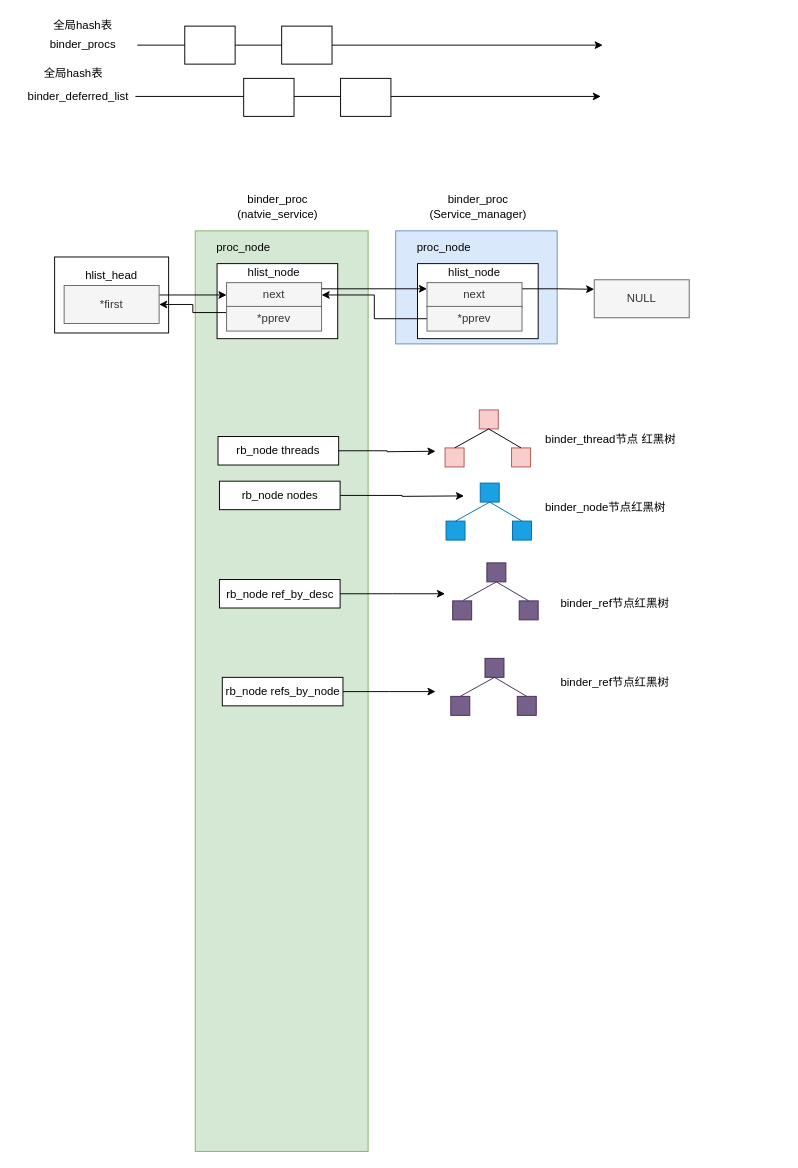
cuijpus/Android keeps this draw.io diagram as binder/diagram/binder_data_structure_relationships.drawio. Above is the earlier version. Source tidied: cells renumbered, new cells numbered last; positions are measured from the earlier drawing's top-left corner, leaving out a move shared by most shapes. Both pictures are drawn from the tidied source at 95%, with x=0, y=0 at pixel (16, 16).
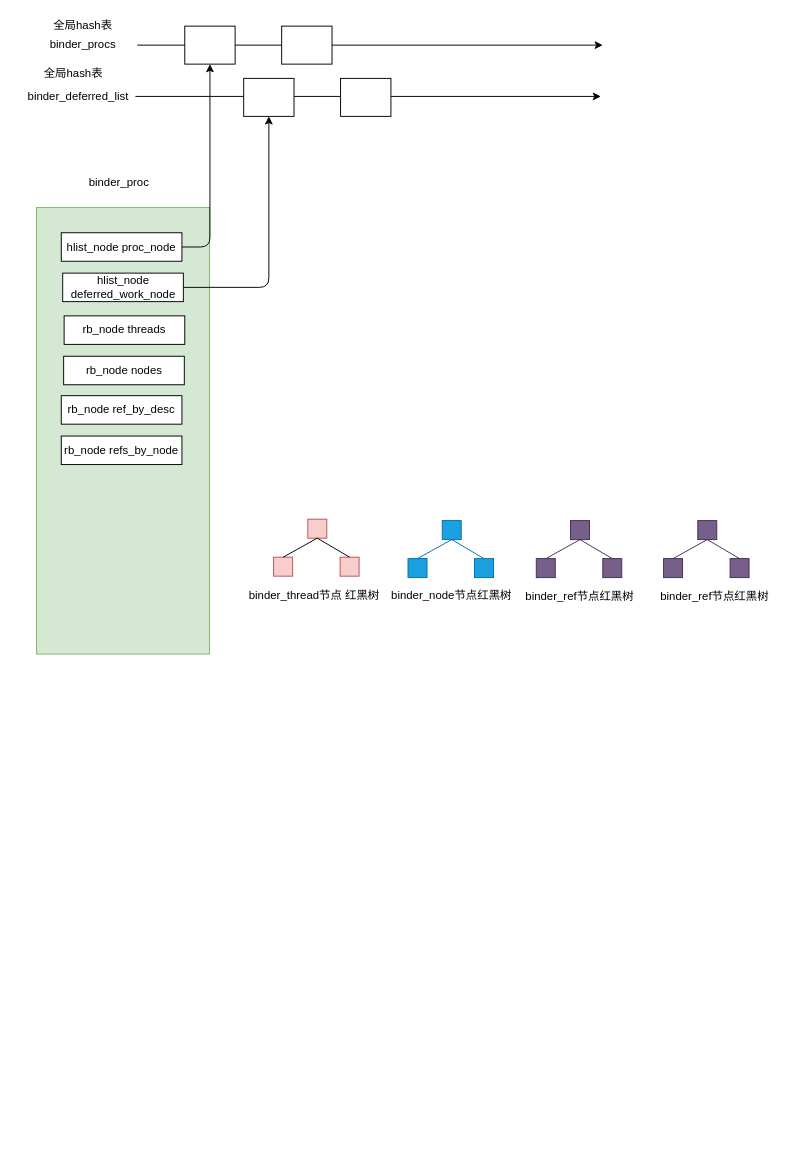
After the change.

The change refers to these unchanged cells:
```xml
<mxCell id="63" style="rounded=0;whiteSpace=wrap;html=1;" parent="1" vertex="1">
  <mxGeometry x="177" y="10" width="53" height="40" as="geometry" />
</mxCell>
<mxCell id="65" style="rounded=0;whiteSpace=wrap;html=1;" parent="1" vertex="1">
  <mxGeometry x="239" y="65" width="53" height="40" as="geometry" />
</mxCell>
```

Diff of the diagram source:
```diff
@@
-    <mxCell id="2" style="rounded=0;whiteSpace=wrap;html=1;fillColor=#d5e8d4;strokeColor=#82b366;" parent="1" vertex="1">
-      <mxGeometry x="188" y="225.5" width="182" height="969" as="geometry" />
+    <mxCell id="2" value="&lt;table&gt;&lt;tbody&gt;&lt;tr&gt;&lt;td&gt;&lt;br&gt;&lt;/td&gt;&lt;/tr&gt;&lt;tr&gt;&lt;td&gt;&lt;br&gt;&lt;/td&gt;&lt;/tr&gt;&lt;tr&gt;&lt;td&gt;&lt;br&gt;&lt;/td&gt;&lt;/tr&gt;&lt;tr&gt;&lt;td&gt;&lt;br&gt;&lt;/td&gt;&lt;/tr&gt;&lt;tr&gt;&lt;td&gt;&lt;br&gt;&lt;/td&gt;&lt;/tr&gt;&lt;/tbody&gt;&lt;/table&gt;" style="rounded=0;whiteSpace=wrap;html=1;fillColor=#d5e8d4;strokeColor=#82b366;" parent="1" vertex="1">
+      <mxGeometry x="21" y="201" width="182" height="470" as="geometry" />
     </mxCell>
-    <mxCell id="3" style="rounded=0;whiteSpace=wrap;html=1;" parent="1" vertex="1">
-      <mxGeometry x="211" y="260" width="127" height="79" as="geometry" />
-    </mxCell>
-    <mxCell id="4" style="rounded=0;whiteSpace=wrap;html=1;" parent="1" vertex="1">
-      <mxGeometry x="40" y="253" width="120" height="80" as="geometry" />
-    </mxCell>
-    <mxCell id="5" style="edgeStyle=orthogonalEdgeStyle;rounded=0;jettySize=auto;html=1;exitX=1;exitY=0.25;exitDx=0;exitDy=0;" parent="1" edge="1" source="6" target="9">
-      <mxGeometry relative="1" as="geometry" />
-    </mxCell>
-    <mxCell id="6" value="*first" style="rounded=0;whiteSpace=wrap;html=1;fillColor=#f5f5f5;strokeColor=#666666;fontColor=#333333;" parent="1" vertex="1">
-      <mxGeometry x="50" y="283" width="100" height="40" as="geometry" />
-    </mxCell>
@@
-    <mxCell id="8" value="hlist_head" style="text;html=1;strokeColor=none;fillColor=none;align=center;verticalAlign=middle;whiteSpace=wrap;rounded=0;" parent="1" vertex="1">
-      <mxGeometry x="80" y="263" width="40" height="20" as="geometry" />
-    </mxCell>
-    <mxCell id="9" value="next" style="rounded=0;whiteSpace=wrap;html=1;fillColor=#f5f5f5;strokeColor=#666666;fontColor=#333333;" parent="1" vertex="1">
-      <mxGeometry x="221" y="280" width="100" height="26" as="geometry" />
-    </mxCell>
-    <mxCell id="10" value="binder_proc&lt;br&gt;(natvie_service)&lt;br&gt;" style="text;html=1;strokeColor=none;fillColor=none;align=center;verticalAlign=middle;whiteSpace=wrap;rounded=0;" parent="1" vertex="1">
-      <mxGeometry x="254.5" y="190" width="40" height="20" as="geometry" />
+    <mxCell id="10" value="binder_proc&lt;br&gt;" style="text;html=1;strokeColor=none;fillColor=none;align=center;verticalAlign=middle;whiteSpace=wrap;rounded=0;" parent="1" vertex="1">
+      <mxGeometry x="87.5" y="164.5" width="40" height="20" as="geometry" />
     </mxCell>
-    <mxCell id="11" value="hlist_node" style="text;html=1;strokeColor=none;fillColor=none;align=center;verticalAlign=middle;whiteSpace=wrap;rounded=0;" parent="1" vertex="1">
-      <mxGeometry x="251" y="260" width="40" height="20" as="geometry" />
-    </mxCell>
-    <mxCell id="12" style="edgeStyle=orthogonalEdgeStyle;rounded=0;jettySize=auto;html=1;exitX=0;exitY=0.25;exitDx=0;exitDy=0;entryX=1;entryY=0.5;entryDx=0;entryDy=0;" parent="1" edge="1" source="13" target="6">
-      <mxGeometry relative="1" as="geometry" />
-    </mxCell>
-    <mxCell id="13" value="*pprev" style="rounded=0;whiteSpace=wrap;html=1;fillColor=#f5f5f5;strokeColor=#666666;fontColor=#333333;" parent="1" vertex="1">
-      <mxGeometry x="221" y="305" width="100" height="26" as="geometry" />
-    </mxCell>
-    <mxCell id="14" value="proc_node" style="text;html=1;strokeColor=none;fillColor=none;align=center;verticalAlign=middle;whiteSpace=wrap;rounded=0;" parent="1" vertex="1">
-      <mxGeometry x="219" y="233" width="40" height="20" as="geometry" />
-    </mxCell>
-    <mxCell id="15" style="edgeStyle=orthogonalEdgeStyle;rounded=0;jettySize=auto;html=1;exitX=1;exitY=0.5;exitDx=0;exitDy=0;" parent="1" edge="1" source="16">
-      <mxGeometry relative="1" as="geometry">
-        <mxPoint x="441" y="457.5" as="targetPoint" />
-      </mxGeometry>
-    </mxCell>
     <mxCell id="16" value="rb_node threads" style="rounded=0;whiteSpace=wrap;html=1;" parent="1" vertex="1">
-      <mxGeometry x="212" y="442" width="127" height="30" as="geometry" />
+      <mxGeometry x="50" y="315" width="127" height="30" as="geometry" />
     </mxCell>
-    <mxCell id="17" style="edgeStyle=orthogonalEdgeStyle;rounded=0;jettySize=auto;html=1;exitX=1;exitY=0.5;exitDx=0;exitDy=0;" parent="1" edge="1" source="18">
-      <mxGeometry relative="1" as="geometry">
-        <mxPoint x="471" y="504.5" as="targetPoint" />
-      </mxGeometry>
-    </mxCell>
     <mxCell id="18" value="rb_node nodes" style="rounded=0;whiteSpace=wrap;html=1;" parent="1" vertex="1">
-      <mxGeometry x="213.5" y="489" width="127" height="30" as="geometry" />
+      <mxGeometry x="49.5" y="357.5" width="127" height="30" as="geometry" />
     </mxCell>
-    <mxCell id="19" style="edgeStyle=orthogonalEdgeStyle;rounded=0;jettySize=auto;html=1;exitX=1;exitY=0.5;exitDx=0;exitDy=0;" parent="1" edge="1" source="20">
-      <mxGeometry relative="1" as="geometry">
-        <mxPoint x="451" y="607.5" as="targetPoint" />
-      </mxGeometry>
-    </mxCell>
     <mxCell id="20" value="rb_node ref_by_desc" style="rounded=0;whiteSpace=wrap;html=1;" parent="1" vertex="1">
-      <mxGeometry x="213.5" y="592.5" width="127" height="30" as="geometry" />
+      <mxGeometry x="47" y="399" width="127" height="30" as="geometry" />
     </mxCell>
-    <mxCell id="21" style="edgeStyle=orthogonalEdgeStyle;rounded=0;jettySize=auto;html=1;exitX=1;exitY=0.5;exitDx=0;exitDy=0;" parent="1" edge="1" source="22">
-      <mxGeometry relative="1" as="geometry">
-        <mxPoint x="441" y="710.5" as="targetPoint" />
-      </mxGeometry>
-    </mxCell>
     <mxCell id="22" value="rb_node&amp;nbsp;refs_by_node" style="rounded=0;whiteSpace=wrap;html=1;" parent="1" vertex="1">
-      <mxGeometry x="216.5" y="695.5" width="127" height="30" as="geometry" />
+      <mxGeometry x="47" y="441.5" width="127" height="30" as="geometry" />
     </mxCell>
-    <mxCell id="23" value="NULL" style="rounded=0;whiteSpace=wrap;html=1;fillColor=#f5f5f5;strokeColor=#666666;fontColor=#333333;" parent="1" vertex="1">
-      <mxGeometry x="608" y="277" width="100" height="40" as="geometry" />
-    </mxCell>
-    <mxCell id="24" style="rounded=0;whiteSpace=wrap;html=1;fillColor=#dae8fc;strokeColor=#6c8ebf;" parent="1" vertex="1">
-      <mxGeometry x="399" y="225.5" width="170" height="119" as="geometry" />
-    </mxCell>
-    <mxCell id="25" style="rounded=0;whiteSpace=wrap;html=1;" parent="1" vertex="1">
-      <mxGeometry x="422" y="260" width="127" height="79" as="geometry" />
-    </mxCell>
-    <mxCell id="26" style="edgeStyle=orthogonalEdgeStyle;rounded=0;jettySize=auto;html=1;exitX=1;exitY=0.25;exitDx=0;exitDy=0;entryX=0;entryY=0.25;entryDx=0;entryDy=0;" parent="1" edge="1" source="27" target="23">
-      <mxGeometry relative="1" as="geometry" />
-    </mxCell>
-    <mxCell id="27" value="next" style="rounded=0;whiteSpace=wrap;html=1;fillColor=#f5f5f5;strokeColor=#666666;fontColor=#333333;" parent="1" vertex="1">
-      <mxGeometry x="432" y="280" width="100" height="26" as="geometry" />
-    </mxCell>
-    <mxCell id="28" value="binder_proc&lt;br&gt;(Service_manager)&lt;br&gt;" style="text;html=1;strokeColor=none;fillColor=none;align=center;verticalAlign=middle;whiteSpace=wrap;rounded=0;" parent="1" vertex="1">
-      <mxGeometry x="466" y="190" width="40" height="20" as="geometry" />
-    </mxCell>
-    <mxCell id="29" value="hlist_node" style="text;html=1;strokeColor=none;fillColor=none;align=center;verticalAlign=middle;whiteSpace=wrap;rounded=0;" parent="1" vertex="1">
-      <mxGeometry x="462" y="260" width="40" height="20" as="geometry" />
-    </mxCell>
-    <mxCell id="30" style="edgeStyle=orthogonalEdgeStyle;rounded=0;jettySize=auto;html=1;exitX=0;exitY=0.5;exitDx=0;exitDy=0;entryX=1;entryY=0.5;entryDx=0;entryDy=0;" parent="1" edge="1" source="31" target="9">
-      <mxGeometry relative="1" as="geometry" />
-    </mxCell>
-    <mxCell id="31" value="*pprev" style="rounded=0;whiteSpace=wrap;html=1;fillColor=#f5f5f5;strokeColor=#666666;fontColor=#333333;" parent="1" vertex="1">
-      <mxGeometry x="432" y="305" width="100" height="26" as="geometry" />
-    </mxCell>
-    <mxCell id="32" value="proc_node" style="text;html=1;strokeColor=none;fillColor=none;align=center;verticalAlign=middle;whiteSpace=wrap;rounded=0;" parent="1" vertex="1">
-      <mxGeometry x="430" y="233" width="40" height="20" as="geometry" />
-    </mxCell>
-    <mxCell id="33" style="edgeStyle=orthogonalEdgeStyle;rounded=0;jettySize=auto;html=1;exitX=1;exitY=0.25;exitDx=0;exitDy=0;entryX=0;entryY=0.25;entryDx=0;entryDy=0;" parent="1" edge="1" source="9" target="27">
-      <mxGeometry relative="1" as="geometry" />
-    </mxCell>
     <mxCell id="34" style="whiteSpace=wrap;html=1;fillColor=#f8cecc;strokeColor=#b85450;" parent="1" vertex="1">
-      <mxGeometry x="487" y="414" width="20" height="20" as="geometry" />
+      <mxGeometry x="306.5" y="529" width="20" height="20" as="geometry" />
     </mxCell>
     <mxCell id="35" style="whiteSpace=wrap;html=1;fillColor=#f8cecc;strokeColor=#b85450;" parent="1" vertex="1">
-      <mxGeometry x="451" y="454" width="20" height="20" as="geometry" />
+      <mxGeometry x="270.5" y="569" width="20" height="20" as="geometry" />
     </mxCell>
     <mxCell id="36" style="whiteSpace=wrap;html=1;fillColor=#f8cecc;strokeColor=#b85450;" parent="1" vertex="1">
-      <mxGeometry x="521" y="454" width="20" height="20" as="geometry" />
+      <mxGeometry x="340.5" y="569" width="20" height="20" as="geometry" />
     </mxCell>
@@
     <mxCell id="39" style="whiteSpace=wrap;html=1;fillColor=#1ba1e2;strokeColor=#006EAF;fontColor=#ffffff;" parent="1" vertex="1">
-      <mxGeometry x="488" y="491" width="20" height="20" as="geometry" />
+      <mxGeometry x="448" y="530.5" width="20" height="20" as="geometry" />
     </mxCell>
     <mxCell id="40" style="whiteSpace=wrap;html=1;fillColor=#1ba1e2;strokeColor=#006EAF;fontColor=#ffffff;" parent="1" vertex="1">
-      <mxGeometry x="452" y="531" width="20" height="20" as="geometry" />
+      <mxGeometry x="412" y="570.5" width="20" height="20" as="geometry" />
     </mxCell>
     <mxCell id="41" style="whiteSpace=wrap;html=1;fillColor=#1ba1e2;strokeColor=#006EAF;fontColor=#ffffff;" parent="1" vertex="1">
-      <mxGeometry x="522" y="531" width="20" height="20" as="geometry" />
+      <mxGeometry x="482" y="570.5" width="20" height="20" as="geometry" />
     </mxCell>
@@
     <mxCell id="45" value="binder_thread节点 红黑树" style="text;html=1;strokeColor=none;fillColor=none;align=center;verticalAlign=middle;whiteSpace=wrap;rounded=0;" parent="1" vertex="1">
-      <mxGeometry x="550" y="432.5" width="151" height="24" as="geometry" />
+      <mxGeometry x="237.5" y="596.5" width="151" height="24" as="geometry" />
     </mxCell>
     <mxCell id="46" value="binder_node节点红黑树" style="text;html=1;strokeColor=none;fillColor=none;align=center;verticalAlign=middle;whiteSpace=wrap;rounded=0;" parent="1" vertex="1">
-      <mxGeometry x="549" y="506.5" width="142" height="20" as="geometry" />
+      <mxGeometry x="387" y="600" width="142" height="20" as="geometry" />
     </mxCell>
     <mxCell id="47" style="whiteSpace=wrap;html=1;fillColor=#76608a;strokeColor=#432D57;fontColor=#ffffff;" parent="1" vertex="1">
-      <mxGeometry x="495" y="575" width="20" height="20" as="geometry" />
+      <mxGeometry x="583" y="530.5" width="20" height="20" as="geometry" />
     </mxCell>
     <mxCell id="48" style="whiteSpace=wrap;html=1;fillColor=#76608a;strokeColor=#432D57;fontColor=#ffffff;" parent="1" vertex="1">
-      <mxGeometry x="459" y="615" width="20" height="20" as="geometry" />
+      <mxGeometry x="547" y="570.5" width="20" height="20" as="geometry" />
     </mxCell>
     <mxCell id="49" style="whiteSpace=wrap;html=1;fillColor=#76608a;strokeColor=#432D57;fontColor=#ffffff;" parent="1" vertex="1">
-      <mxGeometry x="529" y="615" width="20" height="20" as="geometry" />
+      <mxGeometry x="617" y="570.5" width="20" height="20" as="geometry" />
     </mxCell>
     <mxCell id="50" style="endArrow=none;html=1;entryX=0.5;entryY=1;entryDx=0;entryDy=0;fillColor=#76608a;strokeColor=#432D57;" parent="1" edge="1" target="47">
       <mxGeometry relative="1" as="geometry">
-        <mxPoint x="470" y="614.5" as="sourcePoint" />
+        <mxPoint x="558" y="570" as="sourcePoint" />
       </mxGeometry>
     </mxCell>
@@
     <mxCell id="52" style="whiteSpace=wrap;html=1;fillColor=#76608a;strokeColor=#432D57;fontColor=#ffffff;" parent="1" vertex="1">
-      <mxGeometry x="493" y="675.5" width="20" height="20" as="geometry" />
+      <mxGeometry x="717" y="530.5" width="20" height="20" as="geometry" />
     </mxCell>
     <mxCell id="53" style="whiteSpace=wrap;html=1;fillColor=#76608a;strokeColor=#432D57;fontColor=#ffffff;" parent="1" vertex="1">
-      <mxGeometry x="457" y="715.5" width="20" height="20" as="geometry" />
+      <mxGeometry x="681" y="570.5" width="20" height="20" as="geometry" />
     </mxCell>
     <mxCell id="54" style="whiteSpace=wrap;html=1;fillColor=#76608a;strokeColor=#432D57;fontColor=#ffffff;" parent="1" vertex="1">
-      <mxGeometry x="527" y="715.5" width="20" height="20" as="geometry" />
+      <mxGeometry x="751" y="570.5" width="20" height="20" as="geometry" />
     </mxCell>
@@
     <mxCell id="56" style="endArrow=none;html=1;entryX=0.5;entryY=1;entryDx=0;entryDy=0;fillColor=#76608a;strokeColor=#432D57;" parent="1" edge="1" target="52">
       <mxGeometry relative="1" as="geometry">
-        <mxPoint x="537" y="715.5" as="sourcePoint" />
+        <mxPoint x="761" y="570.5" as="sourcePoint" />
       </mxGeometry>
     </mxCell>
     <mxCell id="57" value="binder_ref节点红黑树" style="text;html=1;strokeColor=none;fillColor=none;align=center;verticalAlign=middle;whiteSpace=wrap;rounded=0;" parent="1" vertex="1">
-      <mxGeometry x="559" y="607.5" width="142" height="20" as="geometry" />
+      <mxGeometry x="522" y="601" width="142" height="20" as="geometry" />
     </mxCell>
     <mxCell id="58" value="binder_ref节点红黑树" style="text;html=1;strokeColor=none;fillColor=none;align=center;verticalAlign=middle;whiteSpace=wrap;rounded=0;" parent="1" vertex="1">
-      <mxGeometry x="559" y="690.5" width="142" height="20" as="geometry" />
+      <mxGeometry x="664" y="601" width="142" height="20" as="geometry" />
     </mxCell>
@@
+    <mxCell id="67" value="hlist_node proc_node" style="rounded=0;whiteSpace=wrap;html=1;" parent="1" vertex="1">
+      <mxGeometry x="47" y="227.5" width="127" height="30" as="geometry" />
+    </mxCell>
+    <mxCell id="68" style="endArrow=classic;html=1;exitX=1;exitY=0.5;exitDx=0;exitDy=0;edgeStyle=orthogonalEdgeStyle;" parent="1" edge="1" source="67" target="63">
+      <mxGeometry relative="1" as="geometry" />
+    </mxCell>
+    <mxCell id="69" value="hlist_node deferred_work_node" style="rounded=0;whiteSpace=wrap;html=1;" parent="1" vertex="1">
+      <mxGeometry x="48.5" y="270" width="127" height="30" as="geometry" />
+    </mxCell>
+    <mxCell id="70" style="endArrow=classic;html=1;exitX=1;exitY=0.5;exitDx=0;exitDy=0;entryX=0.5;entryY=1;entryDx=0;entryDy=0;edgeStyle=orthogonalEdgeStyle;" parent="1" edge="1" source="69" target="65">
+      <mxGeometry relative="1" as="geometry" />
+    </mxCell>
```
